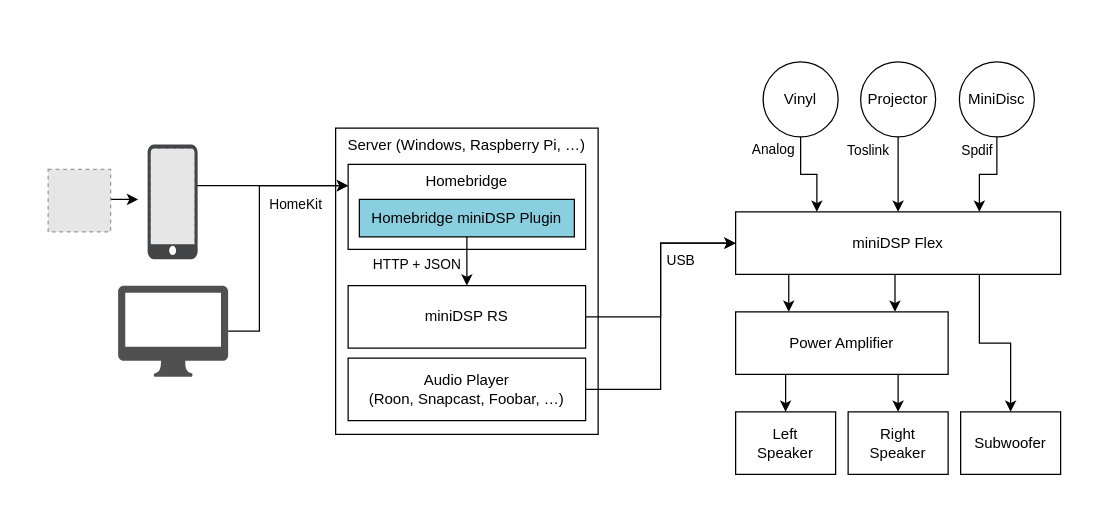
This is docs/miniDSP-Homebridge.drawio from j-lechner/homebridge-minidsp-rs, a draw.io file, before an edit. Source tidied: cells renumbered, new cells numbered last; positions are measured from the earlier drawing's top-left corner, leaving out a move shared by most shapes. Both pictures are drawn from the tidied source at 125%, with x=0, y=0 at pixel (48, 61). Pictures stored in the file or linked from it are replaced by grey dashed boxes.
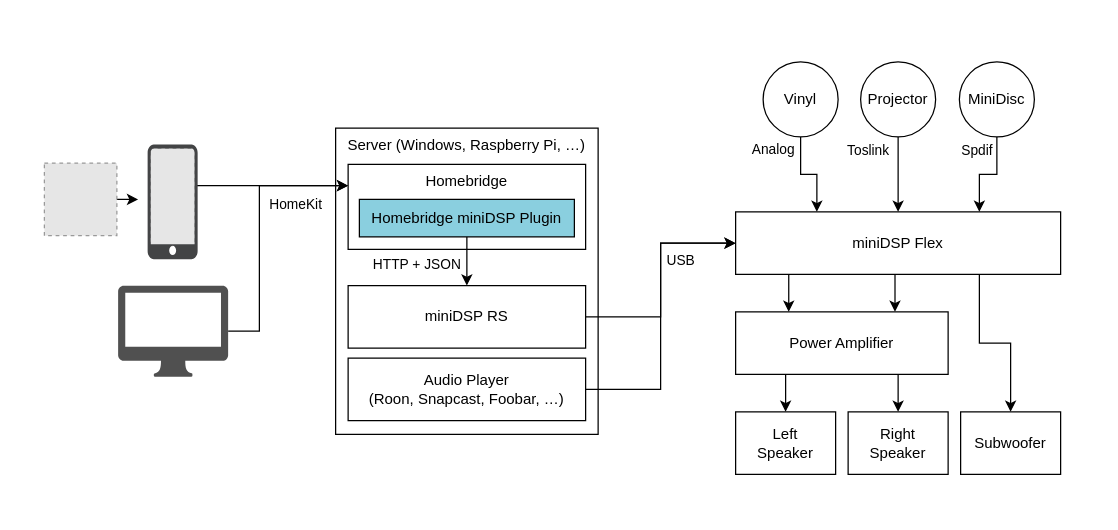
Above is the later version.

What changed in the source:
```diff
@@
+    <mxCell id="38" style="rounded=0;whiteSpace=wrap;html=1;strokeColor=none;" parent="1" vertex="1">
+      <mxGeometry x="-21" y="-32" width="860" height="390" as="geometry" />
+    </mxCell>
@@
-    <mxCell id="31" style="fillColor=#E6E6E6;strokeColor=#999999;dashed=1;html=1;verticalAlign=top;verticalLabelPosition=bottom;labelBackgroundColor=#ffffff;" parent="1" vertex="1">
-      <mxGeometry y="86" width="50" height="50" as="geometry" />
-    </mxCell>
@@
+    <mxCell id="39" style="fillColor=#E6E6E6;strokeColor=#999999;dashed=1;html=1;verticalAlign=top;verticalLabelPosition=bottom;labelBackgroundColor=#ffffff;" parent="1" vertex="1">
+      <mxGeometry x="-3" y="81" width="58" height="58" as="geometry" />
+    </mxCell>
```
